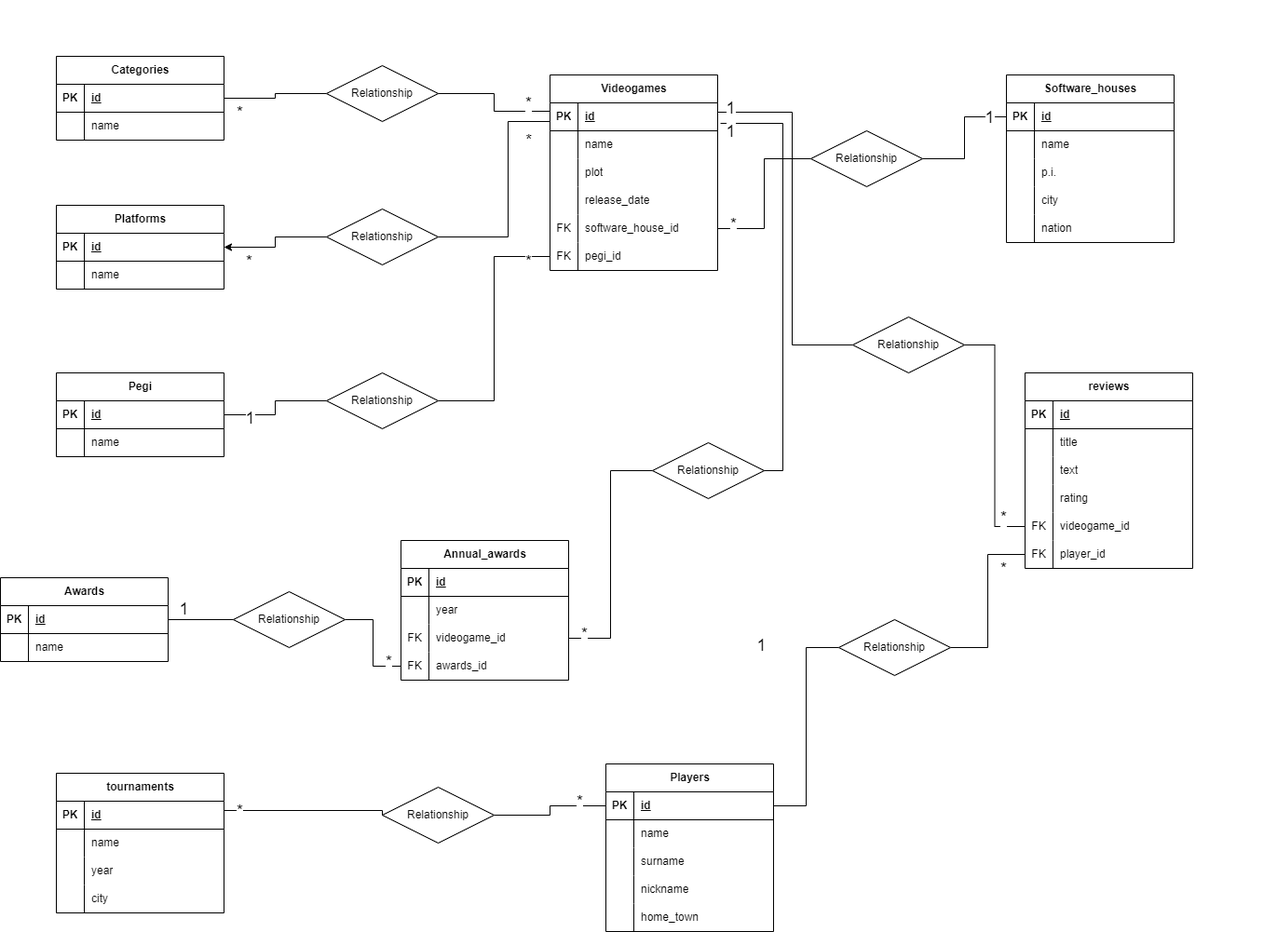
The draw.io diagram E-sports.png in DarioLoForti/db-videogames, before a commit. Source tidied: cells renumbered, new cells last; positions are measured from the earlier drawing's top-left corner, leaving out a move shared by most shapes.
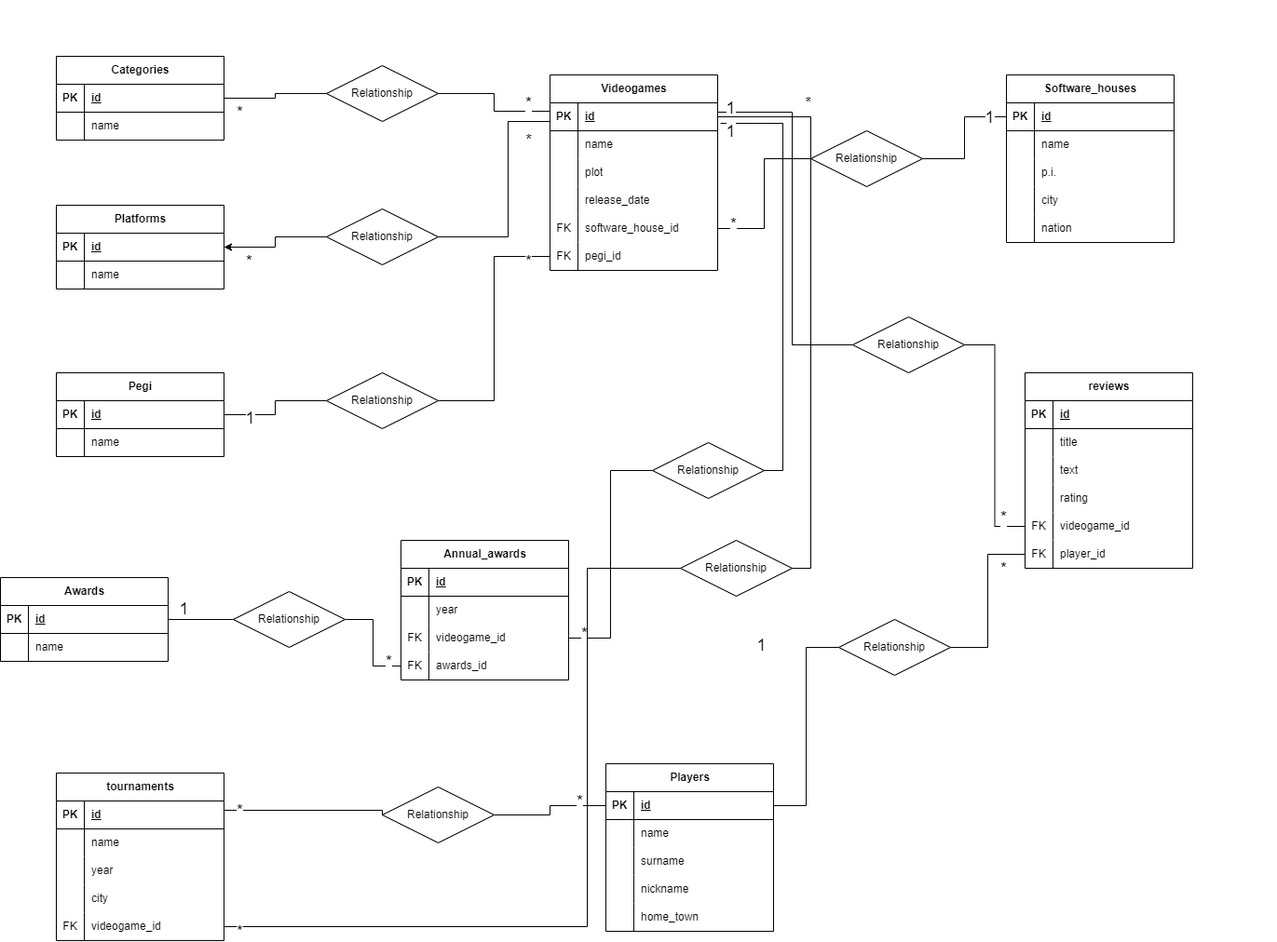
The same file after the commit.

Commit message:
ADD TABLE PIVOT videogame-tournament

Diff of the diagram source:
```diff
@@ -253,7 +253,7 @@
       </mxGeometry>
     </mxCell>
     <mxCell id="78" value="tournaments" style="shape=table;startSize=30;rowLines=0;fontStyle=1;align=center;html=1;" parent="1" vertex="1">
-      <mxGeometry x="60" y="830" width="180" height="150" as="geometry" />
+      <mxGeometry x="60" y="830" width="180" height="180" as="geometry" />
     </mxCell>
     <mxCell id="79" style="shape=tableRow;horizontal=0;startSize=0;swimlaneHead=0;swimlaneBody=0;fillColor=none;points=[[0,0.5],[1,0.5]];portConstraint=eastwest;top=0;left=0;right=0;bottom=1;" parent="78" vertex="1">
       <mxGeometry y="30" width="180" height="30" as="geometry" />
@@ -291,6 +291,15 @@
     <mxCell id="90" value="city" style="shape=partialRectangle;fillColor=none;top=0;left=0;bottom=0;right=0;align=left;spacingLeft=6;overflow=hidden;whiteSpace=wrap;html=1;" parent="88" vertex="1">
       <mxGeometry x="30" width="150" height="30" as="geometry" />
     </mxCell>
+    <mxCell id="171" style="shape=tableRow;horizontal=0;startSize=0;swimlaneHead=0;swimlaneBody=0;fillColor=none;points=[[0,0.5],[1,0.5]];portConstraint=eastwest;top=0;left=0;right=0;bottom=0;" parent="78" vertex="1">
+      <mxGeometry y="150" width="180" height="30" as="geometry" />
+    </mxCell>
+    <mxCell id="172" value="FK" style="shape=partialRectangle;fillColor=none;top=0;left=0;bottom=0;right=0;overflow=hidden;whiteSpace=wrap;html=1;" parent="171" vertex="1">
+      <mxGeometry width="30" height="30" as="geometry" />
+    </mxCell>
+    <mxCell id="173" value="videogame_id" style="shape=partialRectangle;fillColor=none;top=0;left=0;bottom=0;right=0;align=left;spacingLeft=6;overflow=hidden;whiteSpace=wrap;html=1;" parent="171" vertex="1">
+      <mxGeometry x="30" width="150" height="30" as="geometry" />
+    </mxCell>
     <mxCell id="91" value="Players" style="shape=table;startSize=30;rowLines=0;fontStyle=1;align=center;html=1;" parent="1" vertex="1">
       <mxGeometry x="650" y="820" width="180" height="180" as="geometry" />
     </mxCell>
@@ -562,5 +571,29 @@
         <mxPoint x="-804" y="313" as="offset" />
       </mxGeometry>
     </mxCell>
+    <mxCell id="174" style="edgeStyle=orthogonalEdgeStyle;rounded=0;jettySize=auto;html=1;exitX=0;exitY=0.5;exitDx=0;exitDy=0;entryX=1;entryY=0.5;entryDx=0;entryDy=0;endArrow=none;endFill=0;" parent="1" edge="1" source="176" target="171">
+      <mxGeometry relative="1" as="geometry">
+        <Array as="points">
+          <mxPoint x="630" y="610" />
+          <mxPoint x="630" y="995" />
+        </Array>
+      </mxGeometry>
+    </mxCell>
+    <mxCell id="175" style="edgeStyle=orthogonalEdgeStyle;rounded=0;jettySize=auto;html=1;exitX=1;exitY=0.5;exitDx=0;exitDy=0;entryX=1;entryY=0.5;entryDx=0;entryDy=0;endArrow=none;endFill=0;" parent="1" edge="1" source="176" target="3">
+      <mxGeometry relative="1" as="geometry" />
+    </mxCell>
+    <mxCell id="176" value="Relationship" style="shape=rhombus;perimeter=rhombusPerimeter;whiteSpace=wrap;html=1;align=center;" parent="1" vertex="1">
+      <mxGeometry x="730" y="580" width="120" height="60" as="geometry" />
+    </mxCell>
+    <mxCell id="177" value="&lt;span style=&quot;font-size: 18px;&quot;&gt;*&lt;/span&gt;" style="edgeLabel;html=1;align=center;verticalAlign=middle;" parent="1" vertex="1">
+      <mxGeometry x="550" y="890" as="geometry">
+        <mxPoint x="-294" y="110" as="offset" />
+      </mxGeometry>
+    </mxCell>
+    <mxCell id="178" value="&lt;span style=&quot;font-size: 17px;&quot;&gt;&lt;font style=&quot;vertical-align: inherit; font-size: 17px;&quot;&gt;&lt;font style=&quot;vertical-align: inherit; font-size: 17px;&quot;&gt;*&lt;/font&gt;&lt;/font&gt;&lt;/span&gt;" style="edgeLabel;html=1;align=center;verticalAlign=middle;fontSize=17;" parent="1" vertex="1">
+      <mxGeometry x="1160" as="geometry">
+        <mxPoint x="-294" y="110" as="offset" />
+      </mxGeometry>
+    </mxCell>
   </root>
 </mxGraphModel>
```
